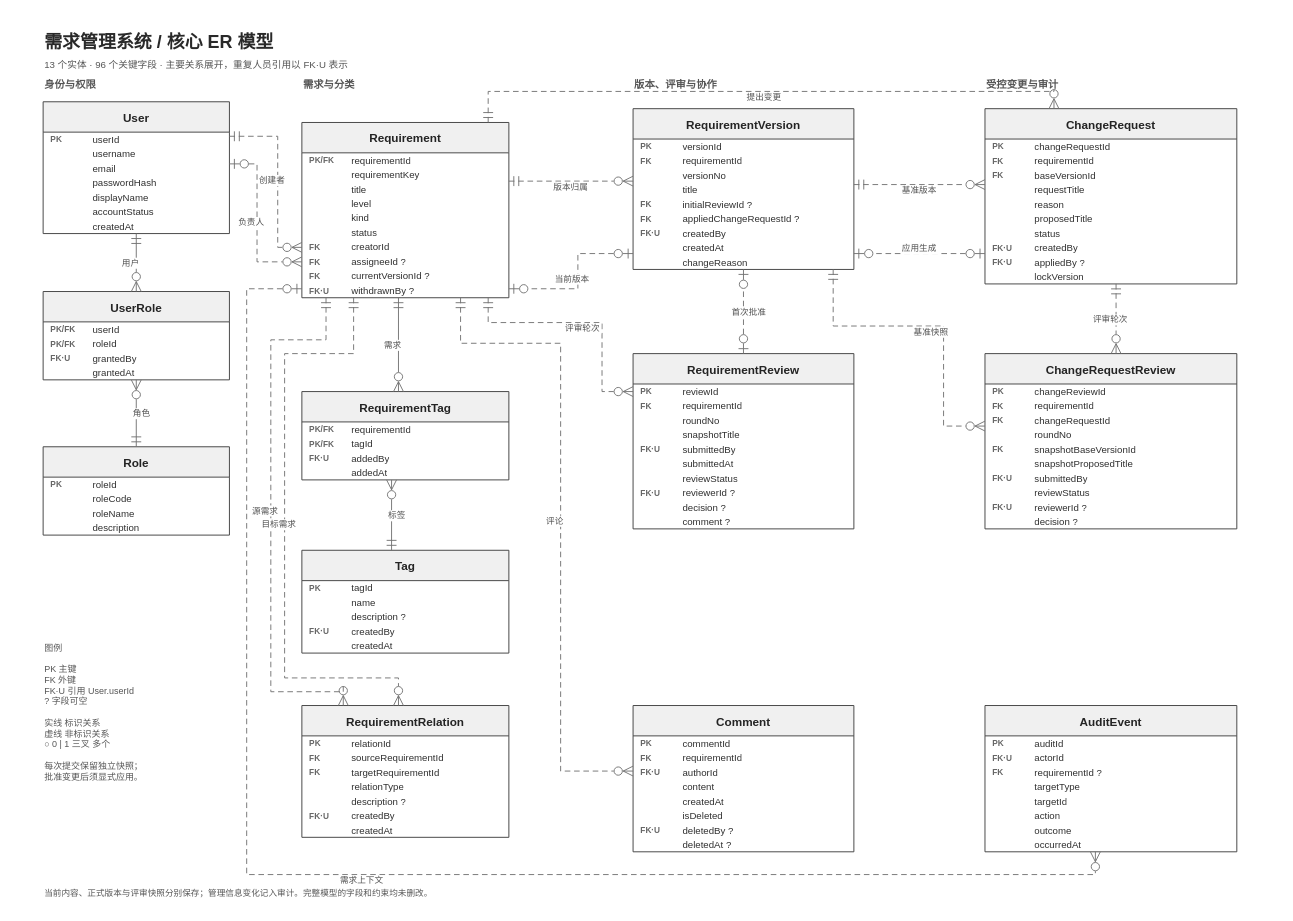
Above: page "正文核心 ER" (1 of 2) of docs/design/RMS_ER_Models.drawio in hechuxielianli/xjtu-rms-coursework (draw.io), before the change. Source tidied: cells renumbered, new cells numbered last; positions are measured from the earlier drawing's top-left corner, leaving out a move shared by most shapes. Both pictures are drawn from the tidied source at 69%, with x=0, y=0 at pixel (12, 12).
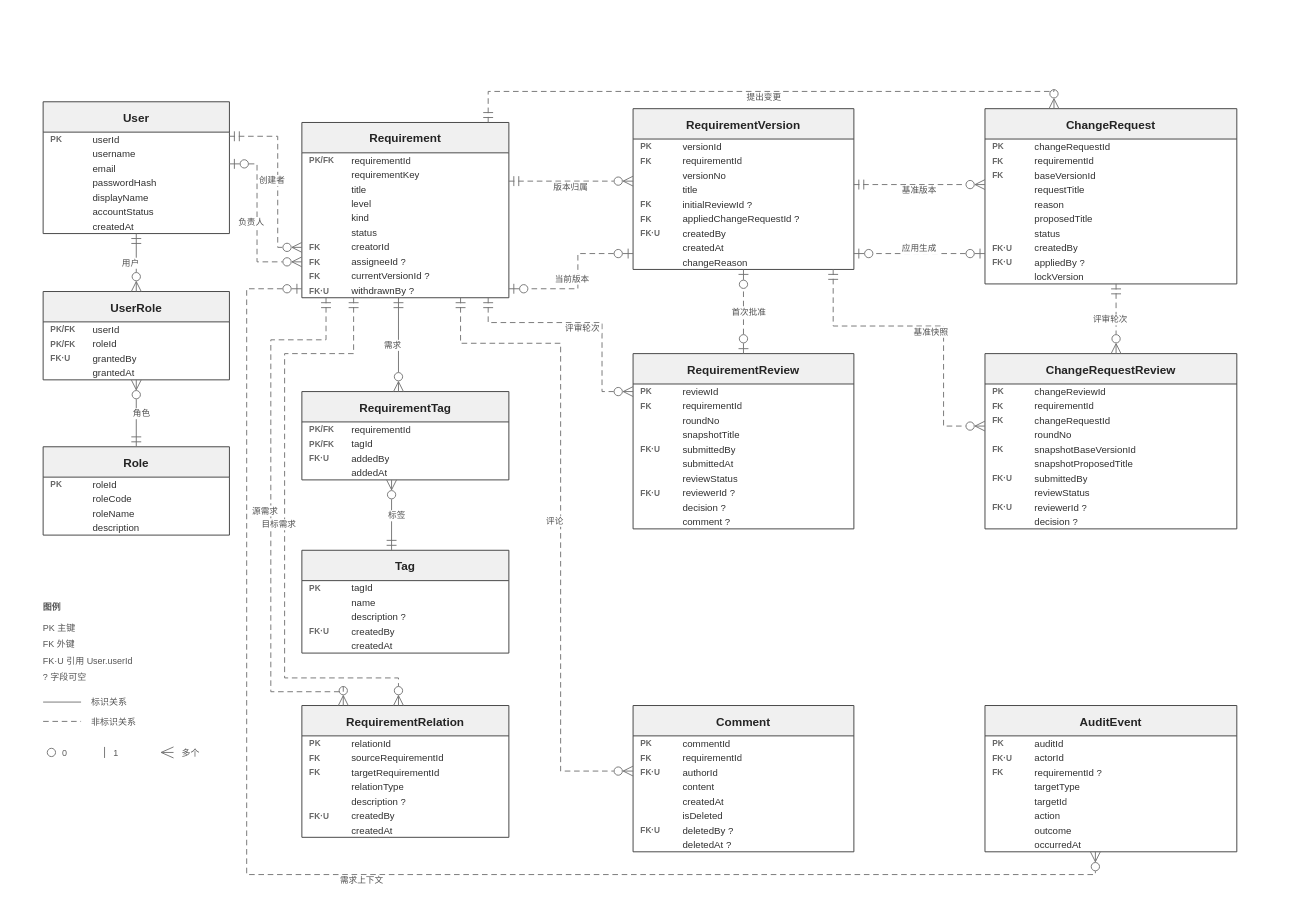
Above is the later version.

Change to the diagram source:
```diff
@@
-    <mxCell id="3" value="需求管理系统  /  核心 ER 模型" style="text;html=0;strokeColor=none;fillColor=none;fontFamily=Microsoft YaHei;fontSize=26;fontStyle=1;fontColor=#292929;align=left;verticalAlign=middle;whiteSpace=wrap;overflow=hidden;" parent="1" vertex="1">
-      <mxGeometry x="45" y="20" width="1740" height="45" as="geometry" />
-    </mxCell>
-    <mxCell id="4" value="13 个实体 · 96 个关键字段 · 主要关系展开，重复人员引用以 FK·U 表示" style="text;html=0;strokeColor=none;fillColor=none;fontFamily=Microsoft YaHei;fontSize=14;fontStyle=0;fontColor=#555555;align=left;verticalAlign=middle;whiteSpace=wrap;overflow=hidden;" parent="1" vertex="1">
-      <mxGeometry x="45" y="63" width="1740" height="26" as="geometry" />
-    </mxCell>
-    <mxCell id="5" value="身份与权限" style="text;html=0;strokeColor=none;fillColor=none;fontFamily=Microsoft YaHei;fontSize=15;fontStyle=1;fontColor=#555555;align=left;verticalAlign=middle;whiteSpace=wrap;overflow=hidden;" parent="1" vertex="1">
-      <mxGeometry x="45" y="91" width="270" height="27" as="geometry" />
-    </mxCell>
-    <mxCell id="6" value="需求与分类" style="text;html=0;strokeColor=none;fillColor=none;fontFamily=Microsoft YaHei;fontSize=15;fontStyle=1;fontColor=#555555;align=left;verticalAlign=middle;whiteSpace=wrap;overflow=hidden;" parent="1" vertex="1">
-      <mxGeometry x="420" y="91" width="300" height="27" as="geometry" />
-    </mxCell>
-    <mxCell id="7" value="版本、评审与协作" style="text;html=0;strokeColor=none;fillColor=none;fontFamily=Microsoft YaHei;fontSize=15;fontStyle=1;fontColor=#555555;align=left;verticalAlign=middle;whiteSpace=wrap;overflow=hidden;" parent="1" vertex="1">
-      <mxGeometry x="900" y="91" width="320" height="27" as="geometry" />
-    </mxCell>
-    <mxCell id="8" value="受控变更与审计" style="text;html=0;strokeColor=none;fillColor=none;fontFamily=Microsoft YaHei;fontSize=15;fontStyle=1;fontColor=#555555;align=left;verticalAlign=middle;whiteSpace=wrap;overflow=hidden;" parent="1" vertex="1">
-      <mxGeometry x="1410" y="91" width="365" height="27" as="geometry" />
-    </mxCell>
@@
-    <mxCell id="233" value="图例&#10;&#10;PK  主键&#10;FK  外键&#10;FK·U  引用 User.userId&#10;?  字段可空&#10;&#10;实线  标识关系&#10;虚线  非标识关系&#10;○  0    |  1    三叉  多个&#10;&#10;每次提交保留独立快照；&#10;批准变更后须显式应用。" style="text;html=0;strokeColor=none;fillColor=none;fontFamily=Microsoft YaHei;fontSize=13;fontStyle=0;fontColor=#555555;align=left;verticalAlign=middle;whiteSpace=wrap;overflow=hidden;" parent="1" vertex="1">
-      <mxGeometry x="45" y="850" width="270" height="330" as="geometry" />
-    </mxCell>
-    <mxCell id="234" value="当前内容、正式版本与评审快照分别保存；管理信息变化记入审计。完整模型的字段和约束均未删改。" style="text;html=0;strokeColor=none;fillColor=none;fontFamily=Microsoft YaHei;fontSize=12.5;fontStyle=0;fontColor=#555555;align=left;verticalAlign=middle;whiteSpace=wrap;overflow=hidden;" parent="1" vertex="1">
-      <mxGeometry x="45" y="1265" width="1750" height="24" as="geometry" />
-    </mxCell>
+    <mxCell id="235" value="图例" style="text;html=0;strokeColor=none;fillColor=none;fontFamily=Microsoft YaHei;fontSize=13;fontStyle=1;fontColor=#555555;align=left;verticalAlign=middle;whiteSpace=wrap;overflow=hidden;spacing=0;" parent="1" vertex="1">
+      <mxGeometry x="45" y="850" width="270" height="24" as="geometry" />
+    </mxCell>
+    <mxCell id="236" value="PK  主键" style="text;html=0;strokeColor=none;fillColor=none;fontFamily=Microsoft YaHei;fontSize=13;fontStyle=0;fontColor=#555555;align=left;verticalAlign=middle;whiteSpace=wrap;overflow=hidden;spacing=0;" parent="1" vertex="1">
+      <mxGeometry x="45" y="880" width="270" height="24" as="geometry" />
+    </mxCell>
+    <mxCell id="237" value="FK  外键" style="text;html=0;strokeColor=none;fillColor=none;fontFamily=Microsoft YaHei;fontSize=13;fontStyle=0;fontColor=#555555;align=left;verticalAlign=middle;whiteSpace=wrap;overflow=hidden;spacing=0;" parent="1" vertex="1">
+      <mxGeometry x="45" y="904" width="270" height="24" as="geometry" />
+    </mxCell>
+    <mxCell id="238" value="FK·U  引用 User.userId" style="text;html=0;strokeColor=none;fillColor=none;fontFamily=Microsoft YaHei;fontSize=13;fontStyle=0;fontColor=#555555;align=left;verticalAlign=middle;whiteSpace=wrap;overflow=hidden;spacing=0;" parent="1" vertex="1">
+      <mxGeometry x="45" y="928" width="270" height="24" as="geometry" />
+    </mxCell>
+    <mxCell id="239" value="?  字段可空" style="text;html=0;strokeColor=none;fillColor=none;fontFamily=Microsoft YaHei;fontSize=13;fontStyle=0;fontColor=#555555;align=left;verticalAlign=middle;whiteSpace=wrap;overflow=hidden;spacing=0;" parent="1" vertex="1">
+      <mxGeometry x="45" y="952" width="270" height="24" as="geometry" />
+    </mxCell>
+    <mxCell id="240" style="endArrow=none;startArrow=none;html=0;strokeColor=#737373;strokeWidth=1.35;rounded=0;" parent="1" edge="1">
+      <mxGeometry relative="1" as="geometry">
+        <mxPoint x="45" y="1000" as="sourcePoint" />
+        <mxPoint x="100" y="1000" as="targetPoint" />
+      </mxGeometry>
+    </mxCell>
+    <mxCell id="241" value="标识关系" style="text;html=0;strokeColor=none;fillColor=none;fontFamily=Microsoft YaHei;fontSize=13;fontStyle=0;fontColor=#555555;align=left;verticalAlign=middle;whiteSpace=wrap;overflow=hidden;spacing=0;" parent="1" vertex="1">
+      <mxGeometry x="115" y="988" width="200" height="24" as="geometry" />
+    </mxCell>
+    <mxCell id="242" style="endArrow=none;startArrow=none;html=0;strokeColor=#737373;strokeWidth=1.35;rounded=0;dashed=1;dashPattern=6 4;" parent="1" edge="1">
+      <mxGeometry relative="1" as="geometry">
+        <mxPoint x="45" y="1028" as="sourcePoint" />
+        <mxPoint x="100" y="1028" as="targetPoint" />
+      </mxGeometry>
+    </mxCell>
+    <mxCell id="243" value="非标识关系" style="text;html=0;strokeColor=none;fillColor=none;fontFamily=Microsoft YaHei;fontSize=13;fontStyle=0;fontColor=#555555;align=left;verticalAlign=middle;whiteSpace=wrap;overflow=hidden;spacing=0;" parent="1" vertex="1">
+      <mxGeometry x="115" y="1016" width="200" height="24" as="geometry" />
+    </mxCell>
+    <mxCell id="244" style="ellipse;html=0;fillColor=none;strokeColor=#737373;strokeWidth=1.35;" parent="1" vertex="1">
+      <mxGeometry x="51" y="1067" width="12" height="12" as="geometry" />
+    </mxCell>
+    <mxCell id="245" value="0" style="text;html=0;strokeColor=none;fillColor=none;fontFamily=Microsoft YaHei;fontSize=13;fontStyle=0;fontColor=#555555;align=left;verticalAlign=middle;whiteSpace=wrap;overflow=hidden;spacing=0;" parent="1" vertex="1">
+      <mxGeometry x="73" y="1062" width="25" height="24" as="geometry" />
+    </mxCell>
+    <mxCell id="246" style="endArrow=none;startArrow=none;html=0;strokeColor=#737373;strokeWidth=1.35;rounded=0;" parent="1" edge="1">
+      <mxGeometry relative="1" as="geometry">
+        <mxPoint x="134" y="1065" as="sourcePoint" />
+        <mxPoint x="134" y="1081" as="targetPoint" />
+      </mxGeometry>
+    </mxCell>
+    <mxCell id="247" value="1" style="text;html=0;strokeColor=none;fillColor=none;fontFamily=Microsoft YaHei;fontSize=13;fontStyle=0;fontColor=#555555;align=left;verticalAlign=middle;whiteSpace=wrap;overflow=hidden;spacing=0;" parent="1" vertex="1">
+      <mxGeometry x="147" y="1062" width="25" height="24" as="geometry" />
+    </mxCell>
+    <mxCell id="248" style="endArrow=none;startArrow=none;html=0;strokeColor=#737373;strokeWidth=1.35;rounded=0;" parent="1" edge="1">
+      <mxGeometry relative="1" as="geometry">
+        <mxPoint x="216" y="1073" as="sourcePoint" />
+        <mxPoint x="234" y="1065" as="targetPoint" />
+      </mxGeometry>
+    </mxCell>
+    <mxCell id="249" style="endArrow=none;startArrow=none;html=0;strokeColor=#737373;strokeWidth=1.35;rounded=0;" parent="1" edge="1">
+      <mxGeometry relative="1" as="geometry">
+        <mxPoint x="216" y="1073" as="sourcePoint" />
+        <mxPoint x="234" y="1073" as="targetPoint" />
+      </mxGeometry>
+    </mxCell>
+    <mxCell id="250" style="endArrow=none;startArrow=none;html=0;strokeColor=#737373;strokeWidth=1.35;rounded=0;" parent="1" edge="1">
+      <mxGeometry relative="1" as="geometry">
+        <mxPoint x="216" y="1073" as="sourcePoint" />
+        <mxPoint x="234" y="1081" as="targetPoint" />
+      </mxGeometry>
+    </mxCell>
+    <mxCell id="251" value="多个" style="text;html=0;strokeColor=none;fillColor=none;fontFamily=Microsoft YaHei;fontSize=13;fontStyle=0;fontColor=#555555;align=left;verticalAlign=middle;whiteSpace=wrap;overflow=hidden;spacing=0;" parent="1" vertex="1">
+      <mxGeometry x="246" y="1062" width="69" height="24" as="geometry" />
+    </mxCell>
```
